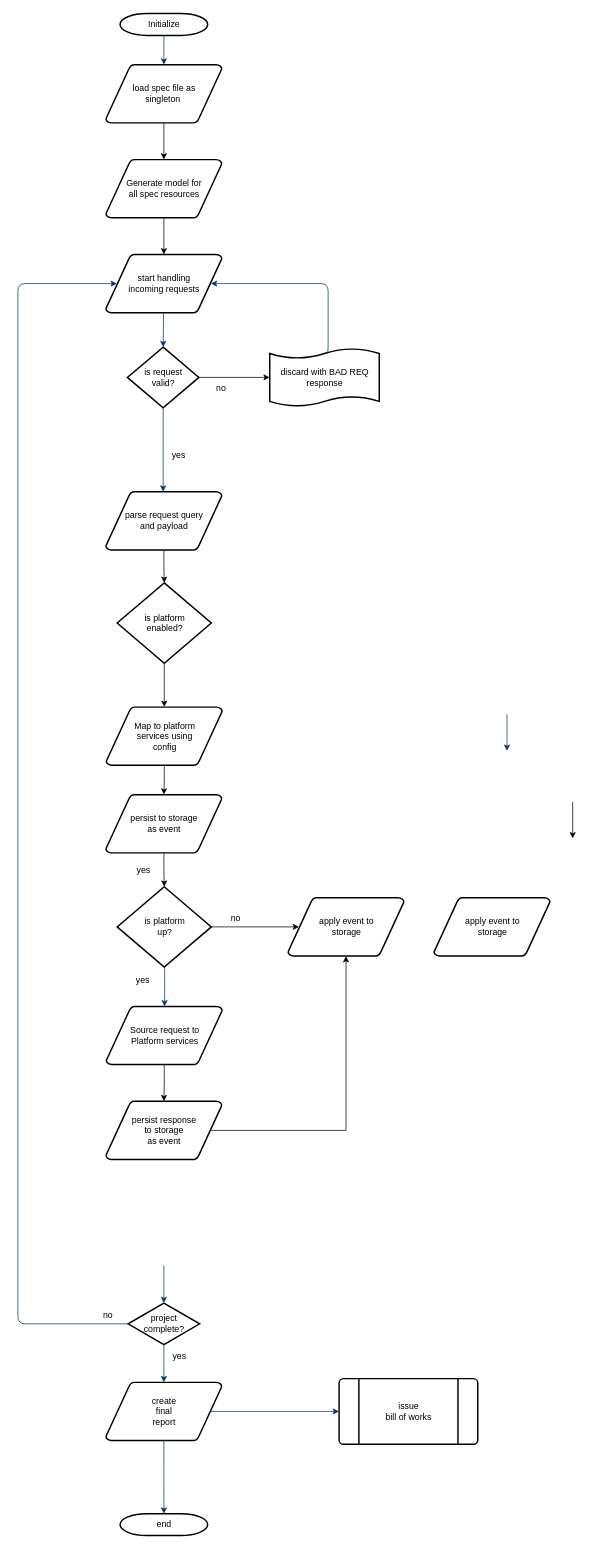
jayanthkmr/architecture-diagrams keeps this draw.io diagram as fpalogicflow.drawio. Above is the earlier version. Source tidied: cells renumbered, new cells numbered last; positions are measured from the earlier drawing's top-left corner, leaving out a move shared by most shapes. Both pictures are drawn from the tidied source at 73%, with x=0, y=0 at pixel (18, 13).
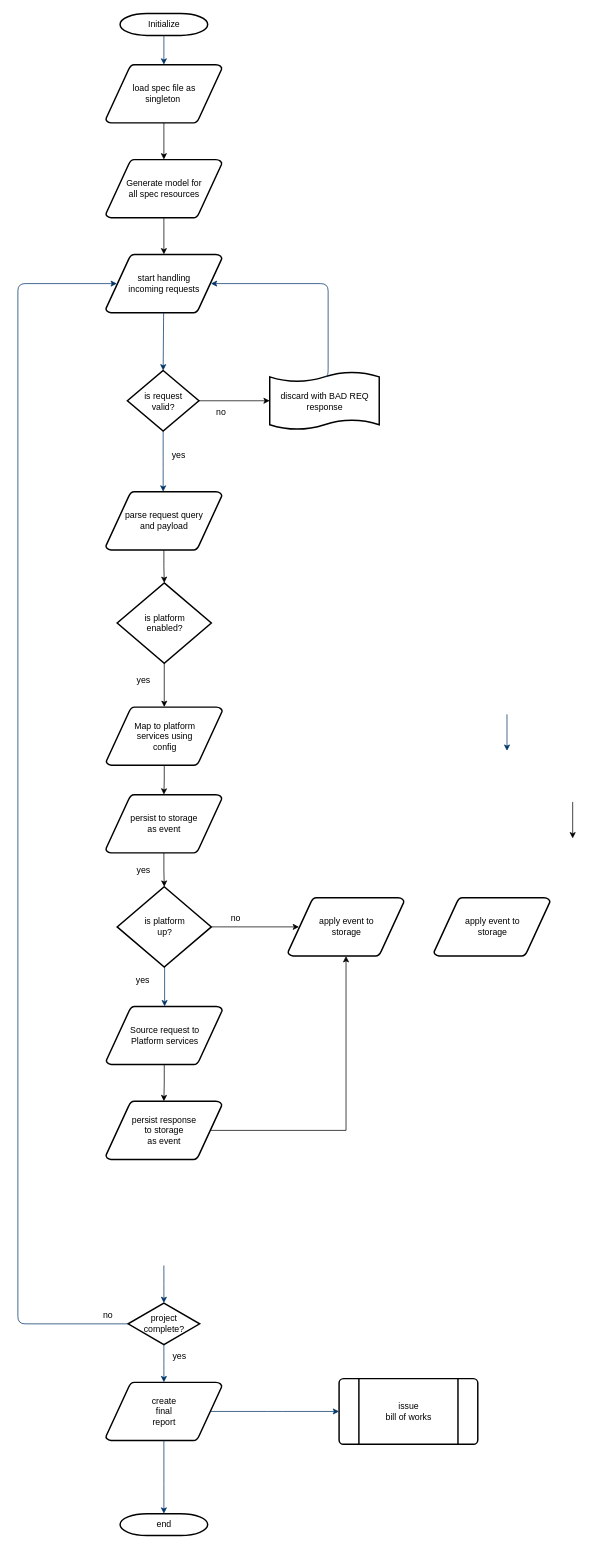
The same page after the edit.

Diff of the diagram source:
```diff
@@
     <mxCell id="9" value="is request &lt;br&gt;valid?" style="shape=mxgraph.flowchart.decision;strokeWidth=2;gradientColor=none;gradientDirection=north;fontStyle=0;html=1;" parent="1" vertex="1">
-      <mxGeometry x="150" y="457" width="98" height="83" as="geometry" />
+      <mxGeometry x="150" y="489" width="98" height="83" as="geometry" />
     </mxCell>
@@
     <mxCell id="12" value="no" style="text;fontStyle=0;html=1;strokeColor=none;gradientColor=none;fillColor=none;strokeWidth=2;" parent="1" vertex="1">
-      <mxGeometry x="270" y="500" width="40" height="26" as="geometry" />
+      <mxGeometry x="270" y="532" width="40" height="26" as="geometry" />
     </mxCell>
@@
     <mxCell id="25" value="discard with BAD REQ&lt;br&gt;response" style="shape=mxgraph.flowchart.paper_tape;strokeWidth=2;gradientColor=none;gradientDirection=north;fontStyle=0;html=1;" parent="1" vertex="1">
-      <mxGeometry x="345" y="458" width="150" height="81" as="geometry" />
+      <mxGeometry x="345" y="490" width="150" height="81" as="geometry" />
     </mxCell>
@@
+    <mxCell id="50" value="yes" style="text;fontStyle=0;html=1;strokeColor=none;gradientColor=none;fillColor=none;strokeWidth=2;" parent="1" vertex="1">
+      <mxGeometry x="161" y="900" width="40" height="26" as="geometry" />
+    </mxCell>
```
